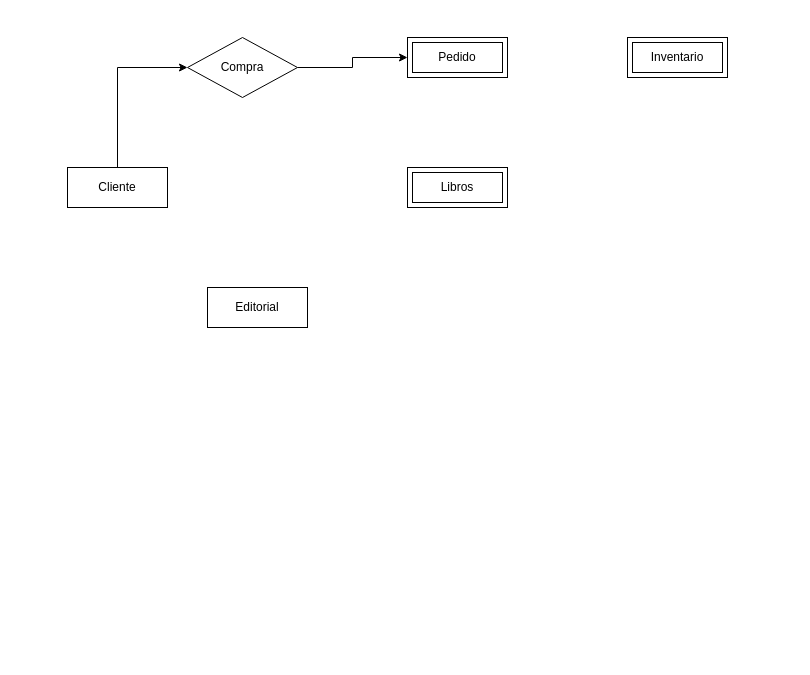
Earlier version of the draw.io diagram Diagrama sin título.drawio (Zuzed22/Modelado-de-bases-de-datos-entidades-relaciones-y-atributos). Source tidied: cells renumbered, new cells numbered last; positions are measured from the earlier drawing's top-left corner, leaving out a move shared by most shapes. Both pictures are drawn from the tidied source at 100%, with x=0, y=0 at pixel (67, 37).
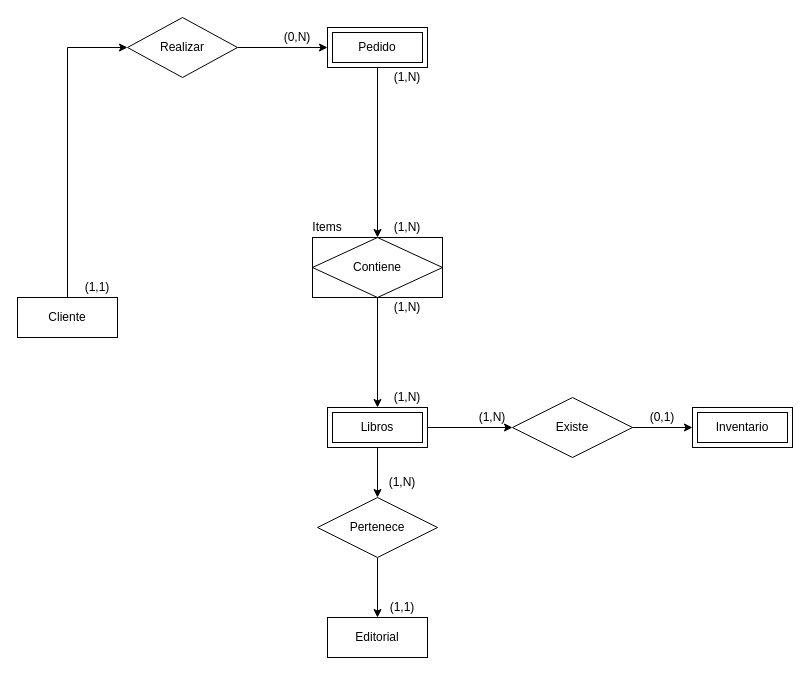
After the change.

Diff of the diagram source:
```diff
@@
     <mxCell id="3" value="Cliente" style="whiteSpace=wrap;html=1;align=center;" parent="1" vertex="1">
-      <mxGeometry y="130" width="100" height="40" as="geometry" />
+      <mxGeometry x="-50" y="260" width="100" height="40" as="geometry" />
     </mxCell>
+    <mxCell id="10" style="edgeStyle=orthogonalEdgeStyle;rounded=0;jettySize=auto;html=1;entryX=0.5;entryY=0;entryDx=0;entryDy=0;" parent="1" edge="1" source="4" target="26">
+      <mxGeometry relative="1" as="geometry" />
+    </mxCell>
     <mxCell id="4" value="Pedido" style="shape=ext;margin=3;double=1;whiteSpace=wrap;html=1;align=center;" parent="1" vertex="1">
-      <mxGeometry x="340" width="100" height="40" as="geometry" />
+      <mxGeometry x="260" y="-10" width="100" height="40" as="geometry" />
     </mxCell>
     <mxCell id="5" value="Editorial" style="whiteSpace=wrap;html=1;align=center;" parent="1" vertex="1">
-      <mxGeometry x="140" y="250" width="100" height="40" as="geometry" />
+      <mxGeometry x="260" y="580" width="100" height="40" as="geometry" />
     </mxCell>
+    <mxCell id="11" style="edgeStyle=orthogonalEdgeStyle;rounded=0;jettySize=auto;html=1;entryX=0.5;entryY=0;entryDx=0;entryDy=0;" parent="1" edge="1" source="6" target="18">
+      <mxGeometry relative="1" as="geometry" />
+    </mxCell>
+    <mxCell id="12" style="edgeStyle=orthogonalEdgeStyle;rounded=0;jettySize=auto;html=1;entryX=0;entryY=0.5;entryDx=0;entryDy=0;" parent="1" edge="1" source="6" target="22">
+      <mxGeometry relative="1" as="geometry" />
+    </mxCell>
     <mxCell id="6" value="Libros" style="shape=ext;margin=3;double=1;whiteSpace=wrap;html=1;align=center;" parent="1" vertex="1">
-      <mxGeometry x="340" y="130" width="100" height="40" as="geometry" />
+      <mxGeometry x="260" y="370" width="100" height="40" as="geometry" />
     </mxCell>
     <mxCell id="7" value="Inventario" style="shape=ext;margin=3;double=1;whiteSpace=wrap;html=1;align=center;" parent="1" vertex="1">
-      <mxGeometry x="560" width="100" height="40" as="geometry" />
+      <mxGeometry x="625" y="370" width="100" height="40" as="geometry" />
     </mxCell>
@@
-    <mxCell id="9" value="Compra" style="shape=rhombus;perimeter=rhombusPerimeter;whiteSpace=wrap;html=1;align=center;" parent="1" vertex="1">
-      <mxGeometry x="120" width="110" height="60" as="geometry" />
+    <mxCell id="9" value="Realizar" style="shape=rhombus;perimeter=rhombusPerimeter;whiteSpace=wrap;html=1;align=center;" parent="1" vertex="1">
+      <mxGeometry x="60" y="-20" width="110" height="60" as="geometry" />
     </mxCell>
+    <mxCell id="13" value="(1,1)" style="text;html=1;align=center;verticalAlign=middle;whiteSpace=wrap;rounded=0;" parent="1" vertex="1">
+      <mxGeometry y="230" width="60" height="40" as="geometry" />
+    </mxCell>
+    <mxCell id="14" value="(0,N)" style="text;html=1;align=center;verticalAlign=middle;whiteSpace=wrap;rounded=0;" parent="1" vertex="1">
+      <mxGeometry x="200" y="-20" width="60" height="40" as="geometry" />
+    </mxCell>
+    <mxCell id="15" value="(1,N)" style="text;html=1;align=center;verticalAlign=middle;whiteSpace=wrap;rounded=0;" parent="1" vertex="1">
+      <mxGeometry x="310" y="20" width="60" height="40" as="geometry" />
+    </mxCell>
+    <mxCell id="16" value="(1,N)" style="text;html=1;align=center;verticalAlign=middle;whiteSpace=wrap;rounded=0;" parent="1" vertex="1">
+      <mxGeometry x="310" y="170" width="60" height="40" as="geometry" />
+    </mxCell>
+    <mxCell id="17" style="edgeStyle=orthogonalEdgeStyle;rounded=0;jettySize=auto;html=1;entryX=0.5;entryY=0;entryDx=0;entryDy=0;" parent="1" edge="1" source="18" target="5">
+      <mxGeometry relative="1" as="geometry" />
+    </mxCell>
+    <mxCell id="18" value="Pertenece" style="shape=rhombus;perimeter=rhombusPerimeter;whiteSpace=wrap;html=1;align=center;" parent="1" vertex="1">
+      <mxGeometry x="250" y="460" width="120" height="60" as="geometry" />
+    </mxCell>
+    <mxCell id="19" value="(1,N)" style="text;html=1;align=center;verticalAlign=middle;whiteSpace=wrap;rounded=0;" parent="1" vertex="1">
+      <mxGeometry x="305" y="430" width="60" height="30" as="geometry" />
+    </mxCell>
+    <mxCell id="20" value="(1,1)" style="text;html=1;align=center;verticalAlign=middle;whiteSpace=wrap;rounded=0;" parent="1" vertex="1">
+      <mxGeometry x="305" y="550" width="60" height="40" as="geometry" />
+    </mxCell>
+    <mxCell id="21" style="edgeStyle=orthogonalEdgeStyle;rounded=0;jettySize=auto;html=1;exitX=1;exitY=0.5;exitDx=0;exitDy=0;entryX=0;entryY=0.5;entryDx=0;entryDy=0;" parent="1" edge="1" source="22" target="7">
+      <mxGeometry relative="1" as="geometry" />
+    </mxCell>
+    <mxCell id="22" value="Existe" style="shape=rhombus;perimeter=rhombusPerimeter;whiteSpace=wrap;html=1;align=center;" parent="1" vertex="1">
+      <mxGeometry x="445" y="360" width="120" height="60" as="geometry" />
+    </mxCell>
+    <mxCell id="23" value="(1,N)" style="text;html=1;align=center;verticalAlign=middle;whiteSpace=wrap;rounded=0;" parent="1" vertex="1">
+      <mxGeometry x="395" y="360" width="60" height="40" as="geometry" />
+    </mxCell>
+    <mxCell id="24" value="(0,1)" style="text;html=1;align=center;verticalAlign=middle;whiteSpace=wrap;rounded=0;" parent="1" vertex="1">
+      <mxGeometry x="565" y="360" width="60" height="40" as="geometry" />
+    </mxCell>
+    <mxCell id="25" style="edgeStyle=orthogonalEdgeStyle;rounded=0;jettySize=auto;html=1;entryX=0.5;entryY=0;entryDx=0;entryDy=0;" parent="1" edge="1" source="26" target="6">
+      <mxGeometry relative="1" as="geometry" />
+    </mxCell>
+    <mxCell id="26" value="Contiene" style="shape=associativeEntity;whiteSpace=wrap;html=1;align=center;" parent="1" vertex="1">
+      <mxGeometry x="245" y="200" width="130" height="60" as="geometry" />
+    </mxCell>
+    <mxCell id="27" value="Items" style="text;html=1;align=center;verticalAlign=middle;whiteSpace=wrap;rounded=0;" parent="1" vertex="1">
+      <mxGeometry x="230" y="170" width="60" height="40" as="geometry" />
+    </mxCell>
+    <mxCell id="28" value="(1,N)" style="text;html=1;align=center;verticalAlign=middle;whiteSpace=wrap;rounded=0;" parent="1" vertex="1">
+      <mxGeometry x="310" y="340" width="60" height="40" as="geometry" />
+    </mxCell>
+    <mxCell id="29" value="(1,N)" style="text;html=1;align=center;verticalAlign=middle;whiteSpace=wrap;rounded=0;" parent="1" vertex="1">
+      <mxGeometry x="310" y="250" width="60" height="40" as="geometry" />
+    </mxCell>
```
